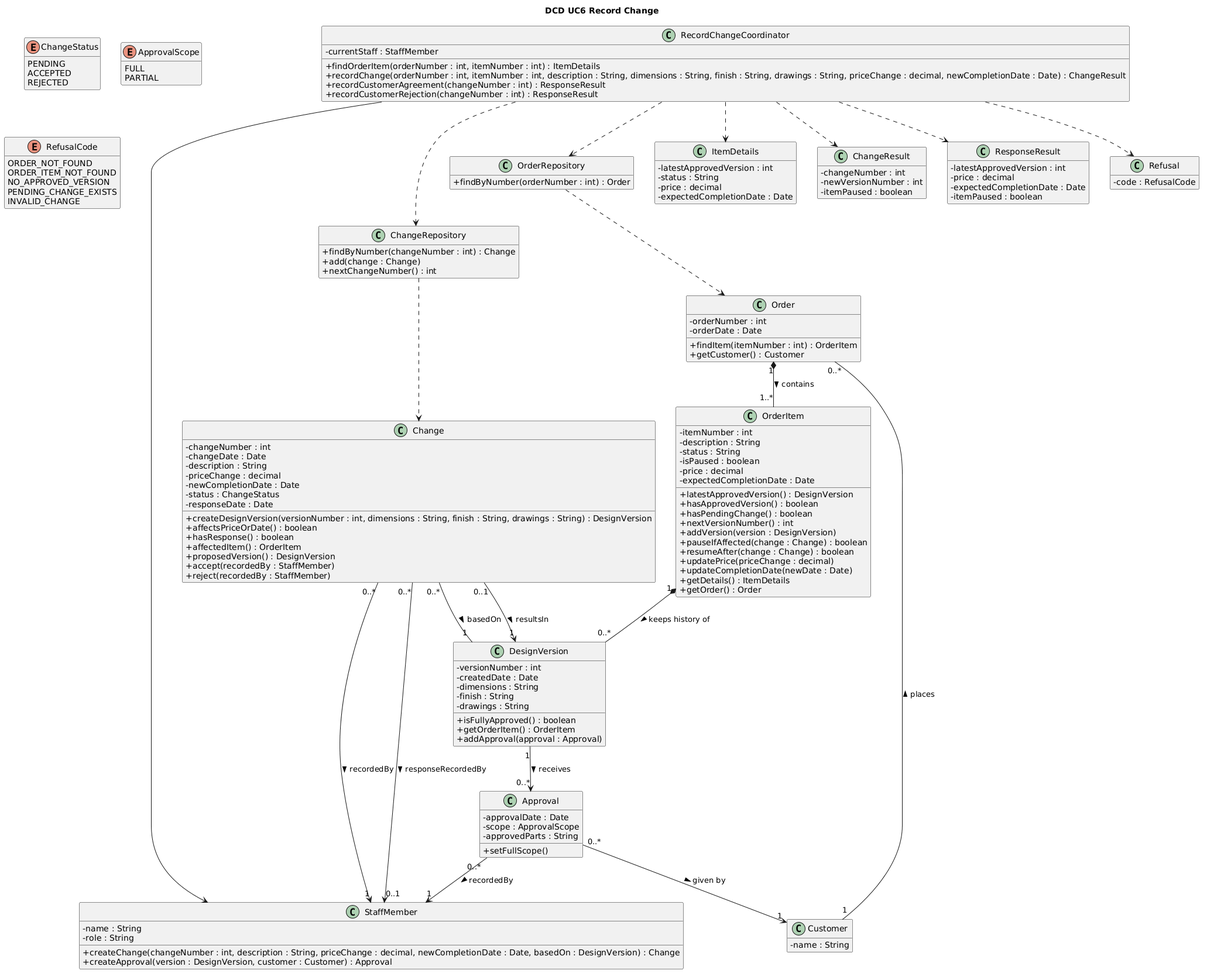
Ahmad-1031/OOAD_CA2 keeps this PlantUML diagram as dcd-uc6-record-change.png. Above is the earlier version.
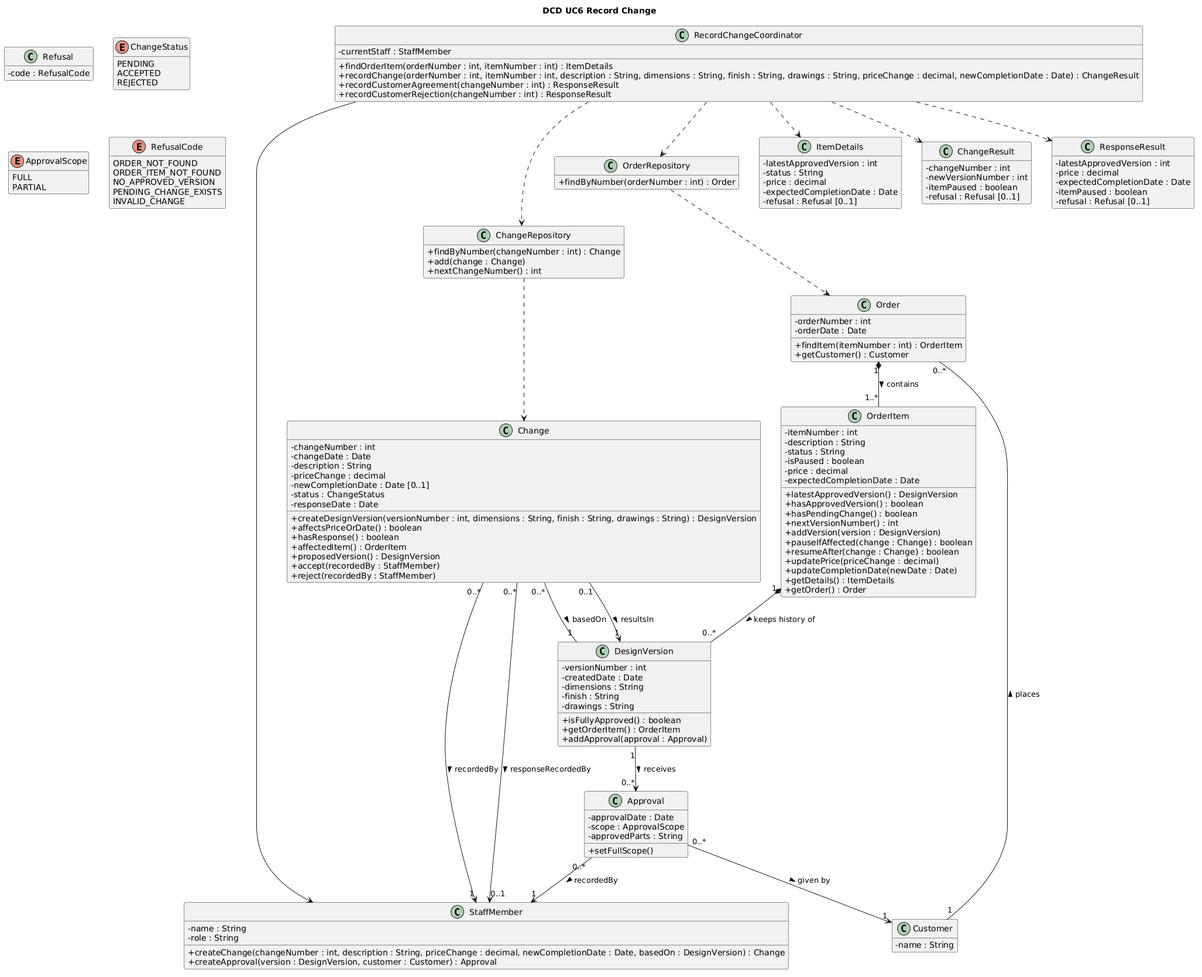
After the commit.

Commit message:
Make Refusal part of result types and newCompletionDate optional and create contributions.md

What changed in the source:
```diff
@@ -64,7 +64,7 @@
   - changeDate : Date
   - description : String
   - priceChange : decimal
-  - newCompletionDate : Date
+  - newCompletionDate : Date [0..1]
   - status : ChangeStatus
   - responseDate : Date
   + createDesignVersion(versionNumber : int, dimensions : String, finish : String, drawings : String) : DesignVersion
@@ -99,12 +99,14 @@
   - status : String
   - price : decimal
   - expectedCompletionDate : Date
+  - refusal : Refusal [0..1]
 }
 
 class ChangeResult {
   - changeNumber : int
   - newVersionNumber : int
   - itemPaused : boolean
+  - refusal : Refusal [0..1]
 }
 
 class ResponseResult {
@@ -112,6 +114,7 @@
   - price : decimal
   - expectedCompletionDate : Date
   - itemPaused : boolean
+  - refusal : Refusal [0..1]
 }
 
 class Refusal {
@@ -143,7 +146,6 @@
 RecordChangeCoordinator ..> ItemDetails
 RecordChangeCoordinator ..> ChangeResult
 RecordChangeCoordinator ..> ResponseResult
-RecordChangeCoordinator ..> Refusal
 
 OrderRepository ..> Order
 ChangeRepository ..> Change
```
